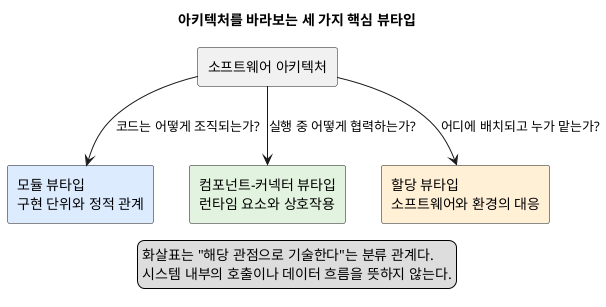
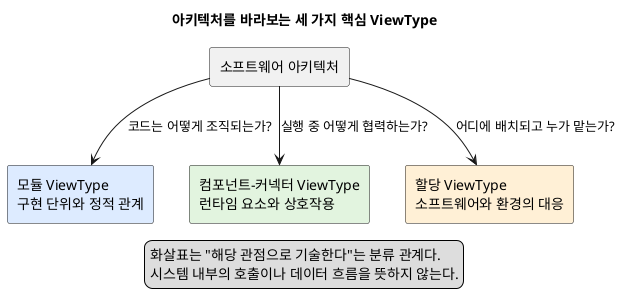
@startuml
- title 아키텍처를 바라보는 세 가지 핵심 뷰타입
+ title 아키텍처를 바라보는 세 가지 핵심 ViewType
top to bottom direction
skinparam componentStyle rectangle

rectangle "소프트웨어 아키텍처" as Architecture
- rectangle "모듈 뷰타입\n구현 단위와 정적 관계" as Module #DDEBFF
- rectangle "컴포넌트-커넥터 뷰타입\n런타임 요소와 상호작용" as CC #E2F4DF
- rectangle "할당 뷰타입\n소프트웨어와 환경의 대응" as Allocation #FFF0D6
+ rectangle "모듈 ViewType\n구현 단위와 정적 관계" as Module #DDEBFF
+ rectangle "컴포넌트-커넥터 ViewType\n런타임 요소와 상호작용" as CC #E2F4DF
+ rectangle "할당 ViewType\n소프트웨어와 환경의 대응" as Allocation #FFF0D6

Architecture --> Module : 코드는 어떻게 조직되는가?
Architecture --> CC : 실행 중 어떻게 협력하는가?
Architecture --> Allocation : 어디에 배치되고 누가 맡는가?

legend bottom
  화살표는 "해당 관점으로 기술한다"는 분류 관계다.
  시스템 내부의 호출이나 데이터 흐름을 뜻하지 않는다.
endlegend
@enduml
